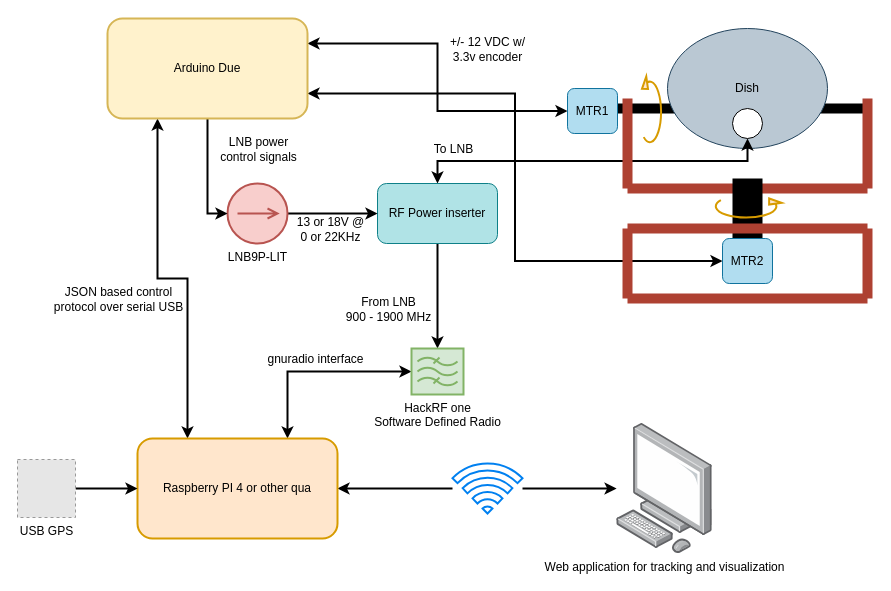
Earlier version of the draw.io diagram diagrams/DarkSky System.drawio (jeremy-prater/DarkSky). Source tidied: cells renumbered, new cells numbered last; positions are measured from the earlier drawing's top-left corner, leaving out a move shared by most shapes. Both pictures are drawn from the tidied source at 100%, with x=0, y=0 at pixel (17, 18). Pictures stored in the file or linked from it are replaced by grey dashed boxes.
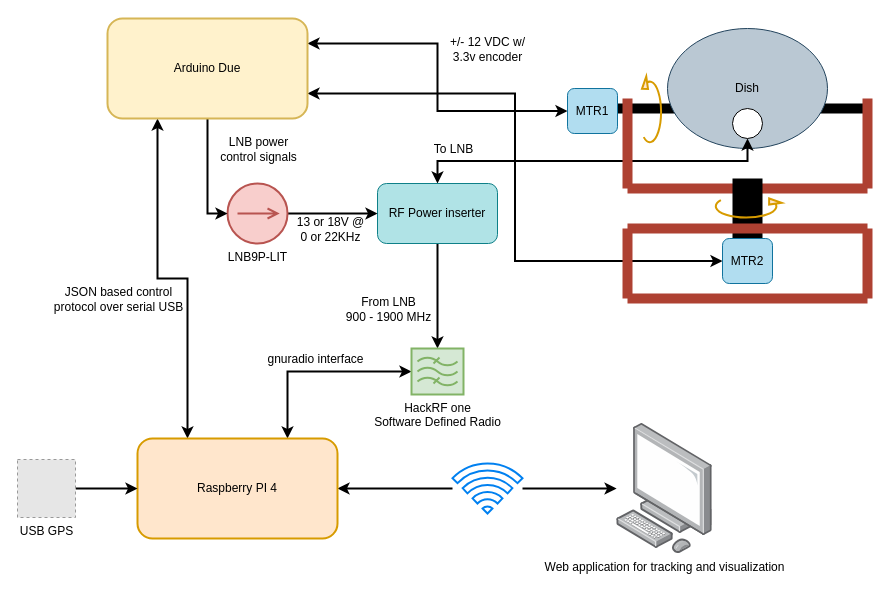
After the change.

The edit, as a diff of the source:
```diff
@@
-    <mxCell id="37" value="Raspberry PI 4 or other qua" style="rounded=1;whiteSpace=wrap;html=1;strokeWidth=2;fillColor=#ffe6cc;strokeColor=#d79b00;" parent="1" vertex="1">
+    <mxCell id="37" value="Raspberry PI 4" style="rounded=1;whiteSpace=wrap;html=1;strokeWidth=2;fillColor=#ffe6cc;strokeColor=#d79b00;" parent="1" vertex="1">
       <mxGeometry x="120" y="420" width="200" height="100" as="geometry" />
     </mxCell>
```
